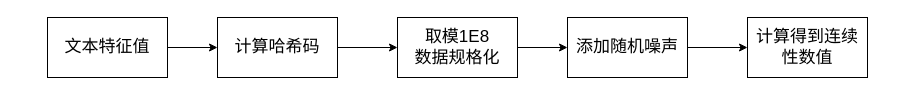
Moose1273/- keeps this draw.io diagram as testDirectory/文本映射流程.drawio. Above is the earlier version. Source tidied: cells renumbered, new cells numbered last; positions are measured from the earlier drawing's top-left corner, leaving out a move shared by most shapes. Both pictures are drawn from the tidied source at 100%, with x=0, y=0 at pixel (47, 17).
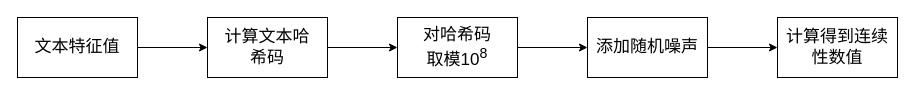
The same page after the edit.

Commit message (it also covers changes not shown here):
更新文本映射流程.drawio

What changed in the source:
```diff
@@
 <mxGraphModel>
   <root>
     <mxCell id="0" />
     <mxCell id="1" parent="0" />
     <mxCell id="2" style="edgeStyle=orthogonalEdgeStyle;rounded=0;jettySize=auto;html=1;fontSize=17;" parent="1" edge="1" source="3" target="5">
       <mxGeometry relative="1" as="geometry" />
     </mxCell>
     <mxCell id="3" value="文本特征值" style="rounded=0;whiteSpace=wrap;html=1;fontSize=17;" parent="1" vertex="1">
-      <mxGeometry width="120" height="60" as="geometry" />
+      <mxGeometry x="-30" width="120" height="60" as="geometry" />
     </mxCell>
     <mxCell id="4" style="edgeStyle=orthogonalEdgeStyle;rounded=0;jettySize=auto;html=1;fontSize=17;" parent="1" edge="1" source="5" target="7">
       <mxGeometry relative="1" as="geometry" />
     </mxCell>
-    <mxCell id="5" value="计算哈希码" style="whiteSpace=wrap;html=1;rounded=0;fontSize=17;" parent="1" vertex="1">
-      <mxGeometry x="170" width="120" height="60" as="geometry" />
+    <mxCell id="5" value="计算文本哈&lt;br&gt;希码" style="whiteSpace=wrap;html=1;rounded=0;fontSize=17;" parent="1" vertex="1">
+      <mxGeometry x="160" width="120" height="60" as="geometry" />
     </mxCell>
     <mxCell id="6" style="edgeStyle=orthogonalEdgeStyle;rounded=0;jettySize=auto;html=1;fontSize=17;" parent="1" edge="1" source="7" target="9">
       <mxGeometry relative="1" as="geometry" />
     </mxCell>
-    <mxCell id="7" value="取模1E8&lt;br style=&quot;font-size: 17px;&quot;&gt;数据规格化" style="whiteSpace=wrap;html=1;rounded=0;fontSize=17;" parent="1" vertex="1">
+    <mxCell id="7" value="对哈希码&lt;br&gt;取模10&lt;sup&gt;8&lt;/sup&gt;" style="whiteSpace=wrap;html=1;rounded=0;fontSize=17;" parent="1" vertex="1">
       <mxGeometry x="350" width="120" height="60" as="geometry" />
     </mxCell>
     <mxCell id="8" style="edgeStyle=orthogonalEdgeStyle;rounded=0;jettySize=auto;html=1;fontSize=17;" parent="1" edge="1" source="9" target="10">
       <mxGeometry relative="1" as="geometry" />
     </mxCell>
     <mxCell id="9" value="添加随机噪声" style="whiteSpace=wrap;html=1;rounded=0;fontSize=17;" parent="1" vertex="1">
-      <mxGeometry x="520" width="120" height="60" as="geometry" />
+      <mxGeometry x="540" width="120" height="60" as="geometry" />
     </mxCell>
     <mxCell id="10" value="计算得到连续性数值" style="whiteSpace=wrap;html=1;rounded=0;fontSize=17;" parent="1" vertex="1">
-      <mxGeometry x="700" width="120" height="60" as="geometry" />
+      <mxGeometry x="730" width="120" height="60" as="geometry" />
     </mxCell>
   </root>
 </mxGraphModel>
```
